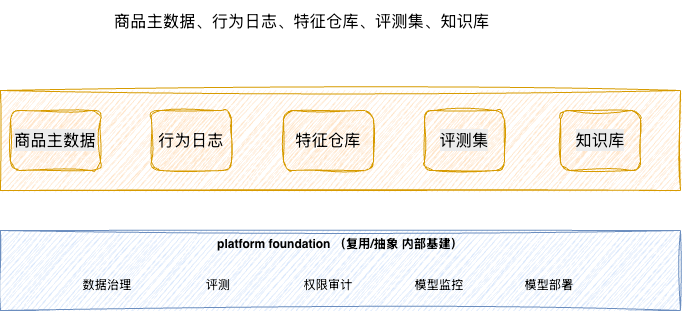
Earlier version of the draw.io export 保利-AI 专项总体蓝图.drawio.png (China-li-bai/draw). Source tidied: cells renumbered, new cells last; positions are measured from the earlier drawing's top-left corner, leaving out a move shared by most shapes.
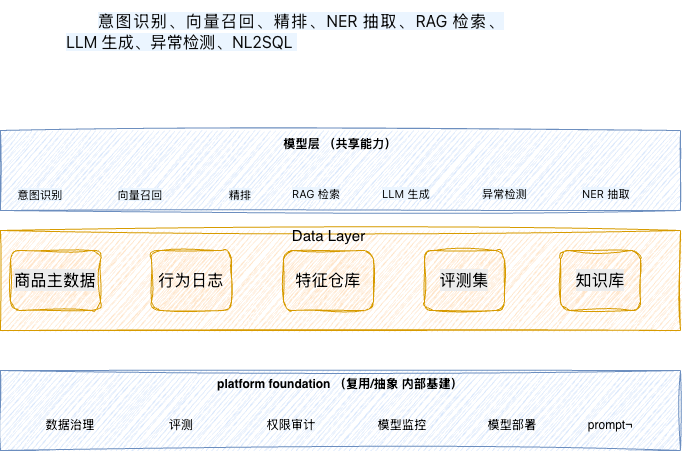
After the commit.

Commit message:
更新保利-AI 专项总体蓝图.drawio.png

Diff of the diagram source:
```diff
@@ -18,22 +18,22 @@
       <mxGeometry y="230" width="680" height="80" as="geometry" />
     </mxCell>
     <mxCell id="7" value="数据治理&lt;span style=&quot;color: rgba(0, 0, 0, 0); font-family: monospace; font-size: 0px; text-align: start; white-space: nowrap;&quot;&gt;%3CmxGraphModel%3E%3Croot%3E%3CmxCell%20id%3D%220%22%2F%3E%3CmxCell%20id%3D%221%22%20parent%3D%220%22%2F%3E%3CmxCell%20id%3D%222%22%20parent%3D%221%22%20style%3D%22rounded%3D1%3BwhiteSpace%3Dwrap%3Bhtml%3D1%3B%22%20value%3D%22%22%20vertex%3D%221%22%3E%3CmxGeometry%20height%3D%2260%22%20width%3D%22120%22%20x%3D%22110%22%20y%3D%22720%22%20as%3D%22geometry%22%2F%3E%3C%2FmxCell%3E%3C%2Froot%3E%3C%2FmxGraphModel%3E&lt;/span&gt;" style="text;html=1;whiteSpace=wrap;strokeColor=none;fillColor=none;align=center;verticalAlign=middle;rounded=0;" parent="1" vertex="1">
-      <mxGeometry x="77" y="270" width="60" height="30" as="geometry" />
+      <mxGeometry x="40" y="270" width="60" height="30" as="geometry" />
     </mxCell>
     <mxCell id="8" value="评测" style="text;html=1;whiteSpace=wrap;strokeColor=none;fillColor=none;align=center;verticalAlign=middle;rounded=0;" parent="1" vertex="1">
-      <mxGeometry x="188" y="270" width="60" height="30" as="geometry" />
+      <mxGeometry x="151" y="270" width="60" height="30" as="geometry" />
     </mxCell>
     <mxCell id="9" value="权限审计" style="text;html=1;whiteSpace=wrap;strokeColor=none;fillColor=none;align=center;verticalAlign=middle;rounded=0;" parent="1" vertex="1">
-      <mxGeometry x="298" y="270" width="60" height="30" as="geometry" />
+      <mxGeometry x="261" y="270" width="60" height="30" as="geometry" />
     </mxCell>
     <mxCell id="10" value="模型监控" style="text;html=1;whiteSpace=wrap;strokeColor=none;fillColor=none;align=center;verticalAlign=middle;rounded=0;" parent="1" vertex="1">
-      <mxGeometry x="409" y="270" width="60" height="30" as="geometry" />
+      <mxGeometry x="372" y="270" width="60" height="30" as="geometry" />
     </mxCell>
     <mxCell id="11" value="模型部署" style="text;html=1;whiteSpace=wrap;strokeColor=none;fillColor=none;align=center;verticalAlign=middle;rounded=0;" parent="1" vertex="1">
-      <mxGeometry x="519" y="270" width="60" height="30" as="geometry" />
+      <mxGeometry x="482" y="270" width="60" height="30" as="geometry" />
     </mxCell>
-    <mxCell id="12" value="&lt;div&gt;&lt;/div&gt;&lt;div class=&quot;document&quot;&gt;&lt;div class=&quot;section&quot;&gt;&lt;p class=&quot;paragraph text-align-type-justify&quot; style=&quot;text-align:justify;line-height:1.3;margin-top:3pt;margin-bottom:4pt;text-indent:24pt;margin-left:0pt;margin-right:0pt&quot;&gt;&lt;span style=&quot;font-size:12pt;font-family:宋体;font-weight:normal;font-style:normal;text-decoration:;color:#000000;background:;letter-spacing:0pt;mso-font-width:100%;vertical-align:baseline;text-decoration-color:&quot;&gt;商品主数据、行为日志、特征仓库、评测集、知识库&lt;/span&gt;&lt;/p&gt;&lt;/div&gt;&lt;/div&gt;" style="text;whiteSpace=wrap;html=1;" parent="1" vertex="1">
-      <mxGeometry x="80" width="440" height="50" as="geometry" />
+    <mxCell id="12" value="&lt;div&gt;&lt;/div&gt;&lt;div class=&quot;document&quot;&gt;&lt;div class=&quot;section&quot;&gt;&lt;p class=&quot;paragraph text-align-type-justify&quot; style=&quot;text-align:justify;line-height:1.3;margin-top:3pt;margin-bottom:4pt;text-indent:24pt;margin-left:0pt;margin-right:0pt&quot;&gt;&lt;span style=&quot;color: rgb(13, 13, 13); font-family: -apple-system, &amp;quot;system-ui&amp;quot;, &amp;quot;PingFang SC&amp;quot;, &amp;quot;Hiragino Sans GB&amp;quot;, &amp;quot;Hiragino Sans&amp;quot;, &amp;quot;SF Pro Text&amp;quot;, system-ui, &amp;quot;Noto Sans SC&amp;quot;, &amp;quot;Helvetica Neue&amp;quot;, Helvetica, Arial, sans-serif; font-size: 16px; text-align: start; text-indent: 0px; white-space: pre-line; background-color: rgb(235, 245, 255);&quot;&gt;意图识别、向量召回、精排、NER&amp;nbsp;抽取、RAG&amp;nbsp;检索、LLM&amp;nbsp;生成、异常检测、NL2SQL&amp;nbsp;&lt;/span&gt;&lt;/p&gt;&lt;/div&gt;&lt;/div&gt;" style="text;whiteSpace=wrap;html=1;" parent="1" vertex="1">
+      <mxGeometry x="64" y="-140" width="440" height="50" as="geometry" />
     </mxCell>
     <mxCell id="13" value="&lt;meta charset=&quot;utf-8&quot;&gt;&lt;span style=&quot;color: rgb(0, 0, 0); font-family: 宋体; font-size: 16px; font-style: normal; font-variant-ligatures: normal; font-variant-caps: normal; font-weight: 400; letter-spacing: normal; orphans: 2; text-align: justify; text-indent: 32px; text-transform: none; widows: 2; word-spacing: 0px; -webkit-text-stroke-width: 0px; white-space: normal; background-color: rgb(236, 236, 236); text-decoration-thickness: initial; text-decoration-style: initial; text-decoration-color: initial; display: inline !important; float: none;&quot;&gt;评测集&lt;/span&gt;" style="rounded=1;whiteSpace=wrap;html=1;fillColor=#ffe6cc;strokeColor=#d79b00;sketch=1;curveFitting=1;jiggle=2;" parent="1" vertex="1">
       <mxGeometry x="424" y="110" width="80" height="60" as="geometry" />
@@ -41,5 +41,35 @@
     <mxCell id="14" value="&lt;span style=&quot;color: rgb(0, 0, 0); font-family: 宋体; font-size: 16px; font-style: normal; font-variant-ligatures: normal; font-variant-caps: normal; font-weight: 400; letter-spacing: normal; orphans: 2; text-align: justify; text-indent: 32px; text-transform: none; widows: 2; word-spacing: 0px; -webkit-text-stroke-width: 0px; white-space: normal; background-color: rgb(236, 236, 236); text-decoration-thickness: initial; text-decoration-style: initial; text-decoration-color: initial; float: none; display: inline !important;&quot;&gt;知识库&lt;/span&gt;" style="rounded=1;whiteSpace=wrap;html=1;fillColor=#ffe6cc;strokeColor=#d79b00;sketch=1;curveFitting=1;jiggle=2;" parent="1" vertex="1">
       <mxGeometry x="560" y="110" width="80" height="60" as="geometry" />
     </mxCell>
+    <mxCell id="15" value="prompt¬" style="text;html=1;whiteSpace=wrap;strokeColor=none;fillColor=none;align=center;verticalAlign=middle;rounded=0;" parent="1" vertex="1">
+      <mxGeometry x="580" y="270" width="60" height="30" as="geometry" />
+    </mxCell>
+    <mxCell id="16" value="&lt;font style=&quot;font-size: 15px;&quot;&gt;Data Layer&lt;/font&gt;" style="text;html=1;whiteSpace=wrap;strokeColor=none;fillColor=none;align=center;verticalAlign=middle;rounded=0;" parent="1" vertex="1">
+      <mxGeometry x="257.5" y="80" width="141" height="30" as="geometry" />
+    </mxCell>
+    <mxCell id="17" value="模型层 （共享能力）" style="rounded=0;whiteSpace=wrap;html=1;verticalAlign=top;fontStyle=1;sketch=1;curveFitting=1;jiggle=2;fillColor=#dae8fc;strokeColor=#6c8ebf;" parent="1" vertex="1">
+      <mxGeometry y="-10" width="680" height="80" as="geometry" />
+    </mxCell>
+    <mxCell id="18" value="&lt;span style=&quot;color: rgb(13, 13, 13); font-family: -apple-system, &amp;quot;system-ui&amp;quot;, &amp;quot;PingFang SC&amp;quot;, &amp;quot;Hiragino Sans GB&amp;quot;, &amp;quot;Hiragino Sans&amp;quot;, &amp;quot;SF Pro Text&amp;quot;, system-ui, &amp;quot;Noto Sans SC&amp;quot;, &amp;quot;Helvetica Neue&amp;quot;, Helvetica, Arial, sans-serif; text-align: start; white-space: pre-line; background-color: rgb(235, 245, 255);&quot;&gt;向量召回&lt;/span&gt;" style="text;html=1;whiteSpace=wrap;strokeColor=none;fillColor=none;align=center;verticalAlign=middle;rounded=0;fontStyle=0;fontSize=11;" parent="1" vertex="1">
+      <mxGeometry x="100" y="40" width="80" height="30" as="geometry" />
+    </mxCell>
+    <mxCell id="19" value="&lt;span style=&quot;color: rgb(13, 13, 13); font-family: -apple-system, &amp;quot;system-ui&amp;quot;, &amp;quot;PingFang SC&amp;quot;, &amp;quot;Hiragino Sans GB&amp;quot;, &amp;quot;Hiragino Sans&amp;quot;, &amp;quot;SF Pro Text&amp;quot;, system-ui, &amp;quot;Noto Sans SC&amp;quot;, &amp;quot;Helvetica Neue&amp;quot;, Helvetica, Arial, sans-serif; text-align: start; white-space: pre-line; background-color: rgb(235, 245, 255);&quot;&gt;精排&lt;/span&gt;" style="text;html=1;whiteSpace=wrap;strokeColor=none;fillColor=none;align=center;verticalAlign=middle;rounded=0;fontStyle=0;fontSize=11;" parent="1" vertex="1">
+      <mxGeometry x="200" y="40" width="80" height="30" as="geometry" />
+    </mxCell>
+    <mxCell id="20" value="&lt;span style=&quot;color: rgb(13, 13, 13); font-family: -apple-system, &amp;quot;system-ui&amp;quot;, &amp;quot;PingFang SC&amp;quot;, &amp;quot;Hiragino Sans GB&amp;quot;, &amp;quot;Hiragino Sans&amp;quot;, &amp;quot;SF Pro Text&amp;quot;, system-ui, &amp;quot;Noto Sans SC&amp;quot;, &amp;quot;Helvetica Neue&amp;quot;, Helvetica, Arial, sans-serif; font-style: normal; font-variant-ligatures: normal; font-variant-caps: normal; letter-spacing: normal; orphans: 2; text-align: start; text-indent: 0px; text-transform: none; widows: 2; word-spacing: 0px; -webkit-text-stroke-width: 0px; white-space: pre-line; background-color: rgb(235, 245, 255); text-decoration-thickness: initial; text-decoration-style: initial; text-decoration-color: initial; float: none; display: inline !important;&quot;&gt;RAG&amp;nbsp;检索&lt;/span&gt;" style="text;whiteSpace=wrap;html=1;fontStyle=0;fontSize=11;" parent="1" vertex="1">
+      <mxGeometry x="290" y="40" width="100" height="40" as="geometry" />
+    </mxCell>
+    <mxCell id="21" value="&lt;span style=&quot;color: rgb(13, 13, 13); font-family: -apple-system, &amp;quot;system-ui&amp;quot;, &amp;quot;PingFang SC&amp;quot;, &amp;quot;Hiragino Sans GB&amp;quot;, &amp;quot;Hiragino Sans&amp;quot;, &amp;quot;SF Pro Text&amp;quot;, system-ui, &amp;quot;Noto Sans SC&amp;quot;, &amp;quot;Helvetica Neue&amp;quot;, Helvetica, Arial, sans-serif; font-style: normal; font-variant-ligatures: normal; font-variant-caps: normal; letter-spacing: normal; orphans: 2; text-align: start; text-indent: 0px; text-transform: none; widows: 2; word-spacing: 0px; -webkit-text-stroke-width: 0px; white-space: pre-line; background-color: rgb(235, 245, 255); text-decoration-thickness: initial; text-decoration-style: initial; text-decoration-color: initial; float: none; display: inline !important;&quot;&gt;NER&amp;nbsp;抽取&lt;/span&gt;" style="text;whiteSpace=wrap;html=1;fontStyle=0;fontSize=11;" parent="1" vertex="1">
+      <mxGeometry x="580" y="40" width="100" height="40" as="geometry" />
+    </mxCell>
+    <mxCell id="22" value="&lt;span style=&quot;color: rgb(13, 13, 13); font-family: -apple-system, &amp;quot;system-ui&amp;quot;, &amp;quot;PingFang SC&amp;quot;, &amp;quot;Hiragino Sans GB&amp;quot;, &amp;quot;Hiragino Sans&amp;quot;, &amp;quot;SF Pro Text&amp;quot;, system-ui, &amp;quot;Noto Sans SC&amp;quot;, &amp;quot;Helvetica Neue&amp;quot;, Helvetica, Arial, sans-serif; font-style: normal; font-variant-ligatures: normal; font-variant-caps: normal; letter-spacing: normal; orphans: 2; text-align: start; text-indent: 0px; text-transform: none; widows: 2; word-spacing: 0px; -webkit-text-stroke-width: 0px; white-space: pre-line; background-color: rgb(235, 245, 255); text-decoration-thickness: initial; text-decoration-style: initial; text-decoration-color: initial; float: none; display: inline !important;&quot;&gt;异常检测&lt;/span&gt;" style="text;whiteSpace=wrap;html=1;fontStyle=0;fontSize=11;" parent="1" vertex="1">
+      <mxGeometry x="480" y="40" width="100" height="40" as="geometry" />
+    </mxCell>
+    <mxCell id="23" value="&lt;span style=&quot;color: rgb(13, 13, 13); font-family: -apple-system, &amp;quot;system-ui&amp;quot;, &amp;quot;PingFang SC&amp;quot;, &amp;quot;Hiragino Sans GB&amp;quot;, &amp;quot;Hiragino Sans&amp;quot;, &amp;quot;SF Pro Text&amp;quot;, system-ui, &amp;quot;Noto Sans SC&amp;quot;, &amp;quot;Helvetica Neue&amp;quot;, Helvetica, Arial, sans-serif; font-style: normal; font-variant-ligatures: normal; font-variant-caps: normal; letter-spacing: normal; orphans: 2; text-align: start; text-indent: 0px; text-transform: none; widows: 2; word-spacing: 0px; -webkit-text-stroke-width: 0px; white-space: pre-line; background-color: rgb(235, 245, 255); text-decoration-thickness: initial; text-decoration-style: initial; text-decoration-color: initial; float: none; display: inline !important;&quot;&gt;LLM&amp;nbsp;生成&lt;/span&gt;" style="text;whiteSpace=wrap;html=1;fontStyle=0;fontSize=11;" parent="1" vertex="1">
+      <mxGeometry x="380" y="40" width="100" height="40" as="geometry" />
+    </mxCell>
+    <mxCell id="24" value="&lt;span style=&quot;color: rgb(13, 13, 13); font-family: -apple-system, &amp;quot;system-ui&amp;quot;, &amp;quot;PingFang SC&amp;quot;, &amp;quot;Hiragino Sans GB&amp;quot;, &amp;quot;Hiragino Sans&amp;quot;, &amp;quot;SF Pro Text&amp;quot;, system-ui, &amp;quot;Noto Sans SC&amp;quot;, &amp;quot;Helvetica Neue&amp;quot;, Helvetica, Arial, sans-serif; text-align: start; white-space: pre-line; background-color: rgb(235, 245, 255);&quot;&gt;意图识别&lt;/span&gt;" style="text;html=1;whiteSpace=wrap;strokeColor=none;fillColor=none;align=center;verticalAlign=middle;rounded=0;fontStyle=0;fontSize=11;" parent="1" vertex="1">
+      <mxGeometry y="40" width="80" height="30" as="geometry" />
+    </mxCell>
   </root>
 </mxGraphModel>
```
